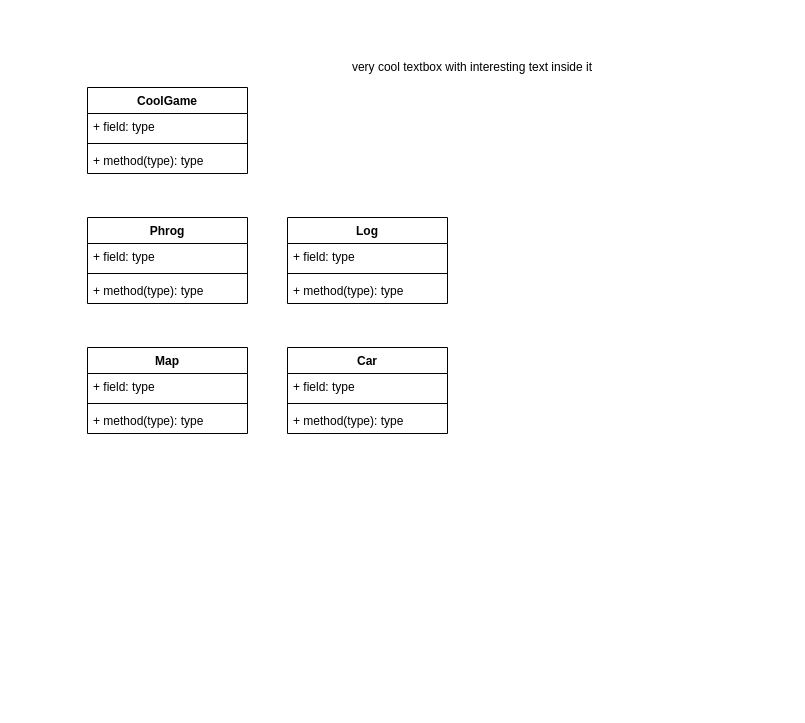
The draw.io diagram Untitled Diagram.drawio in akiaxin/ProgrammingPortfolio, before the edit. Source tidied: cells renumbered, new cells numbered last; positions are measured from the earlier drawing's top-left corner, leaving out a move shared by most shapes. Both pictures are drawn from the tidied source at 100%, with x=0, y=0 at pixel (87, 17).
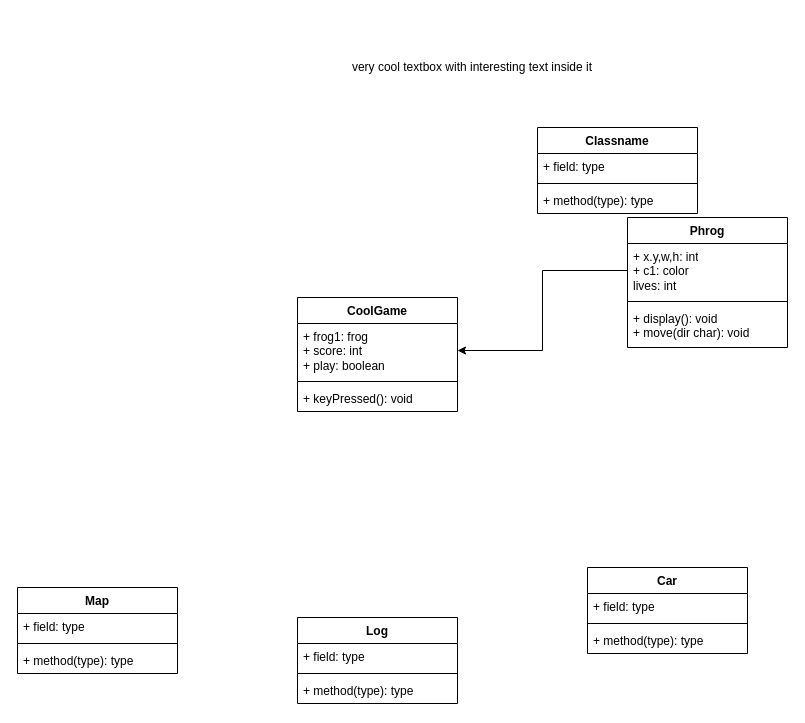
After the change.

What changed in the source:
```diff
@@
     <mxCell id="3" value="CoolGame" style="swimlane;fontStyle=1;align=center;verticalAlign=top;horizontal=1;startSize=26;whiteSpace=wrap;html=1;" parent="1" vertex="1">
-      <mxGeometry y="70" width="160" height="86" as="geometry" />
+      <mxGeometry x="210" y="280" width="160" height="114" as="geometry" />
     </mxCell>
-    <mxCell id="4" value="+ field: type" style="text;strokeColor=none;fillColor=none;align=left;verticalAlign=top;spacingLeft=4;spacingRight=4;overflow=hidden;points=[[0,0.5],[1,0.5]];portConstraint=eastwest;whiteSpace=wrap;html=1;" parent="3" vertex="1">
-      <mxGeometry y="26" width="160" height="26" as="geometry" />
+    <mxCell id="4" value="+ frog1: frog&lt;br&gt;+ score: int&lt;br&gt;+ play: boolean" style="text;strokeColor=none;fillColor=none;align=left;verticalAlign=top;spacingLeft=4;spacingRight=4;overflow=hidden;points=[[0,0.5],[1,0.5]];portConstraint=eastwest;whiteSpace=wrap;html=1;" parent="3" vertex="1">
+      <mxGeometry y="26" width="160" height="54" as="geometry" />
     </mxCell>
     <mxCell id="5" style="line;strokeWidth=1;fillColor=none;align=left;verticalAlign=middle;spacingTop=-1;spacingLeft=3;spacingRight=3;labelPosition=right;strokeColor=inherit;" parent="3" vertex="1">
-      <mxGeometry y="52" width="160" height="8" as="geometry" />
+      <mxGeometry y="80" width="160" height="8" as="geometry" />
     </mxCell>
-    <mxCell id="6" value="+ method(type): type" style="text;strokeColor=none;fillColor=none;align=left;verticalAlign=top;spacingLeft=4;spacingRight=4;overflow=hidden;whiteSpace=wrap;html=1;" parent="3" vertex="1">
-      <mxGeometry y="60" width="160" height="26" as="geometry" />
+    <mxCell id="6" value="+ keyPressed(): void" style="text;strokeColor=none;fillColor=none;align=left;verticalAlign=top;spacingLeft=4;spacingRight=4;overflow=hidden;whiteSpace=wrap;html=1;" parent="3" vertex="1">
+      <mxGeometry y="88" width="160" height="26" as="geometry" />
     </mxCell>
     <mxCell id="7" value="Phrog" style="swimlane;fontStyle=1;align=center;verticalAlign=top;horizontal=1;startSize=26;whiteSpace=wrap;html=1;" parent="1" vertex="1">
-      <mxGeometry y="200" width="160" height="86" as="geometry" />
+      <mxGeometry x="540" y="200" width="160" height="130" as="geometry" />
     </mxCell>
-    <mxCell id="8" value="+ field: type" style="text;strokeColor=none;fillColor=none;align=left;verticalAlign=top;spacingLeft=4;spacingRight=4;overflow=hidden;points=[[0,0.5],[1,0.5]];portConstraint=eastwest;whiteSpace=wrap;html=1;" parent="7" vertex="1">
-      <mxGeometry y="26" width="160" height="26" as="geometry" />
+    <mxCell id="8" value="+ x.y,w,h: int&lt;br&gt;+ c1: color&lt;br&gt;lives: int&lt;br&gt;&lt;br&gt;" style="text;strokeColor=none;fillColor=none;align=left;verticalAlign=top;spacingLeft=4;spacingRight=4;overflow=hidden;points=[[0,0.5],[1,0.5]];portConstraint=eastwest;whiteSpace=wrap;html=1;" parent="7" vertex="1">
+      <mxGeometry y="26" width="160" height="54" as="geometry" />
     </mxCell>
     <mxCell id="9" style="line;strokeWidth=1;fillColor=none;align=left;verticalAlign=middle;spacingTop=-1;spacingLeft=3;spacingRight=3;labelPosition=right;strokeColor=inherit;" parent="7" vertex="1">
-      <mxGeometry y="52" width="160" height="8" as="geometry" />
+      <mxGeometry y="80" width="160" height="8" as="geometry" />
     </mxCell>
-    <mxCell id="10" value="+ method(type): type" style="text;strokeColor=none;fillColor=none;align=left;verticalAlign=top;spacingLeft=4;spacingRight=4;overflow=hidden;whiteSpace=wrap;html=1;" parent="7" vertex="1">
-      <mxGeometry y="60" width="160" height="26" as="geometry" />
+    <mxCell id="10" value="+ display(): void&lt;br&gt;+ move(dir char): void" style="text;strokeColor=none;fillColor=none;align=left;verticalAlign=top;spacingLeft=4;spacingRight=4;overflow=hidden;whiteSpace=wrap;html=1;" parent="7" vertex="1">
+      <mxGeometry y="88" width="160" height="42" as="geometry" />
     </mxCell>
     <mxCell id="11" value="Map" style="swimlane;fontStyle=1;align=center;verticalAlign=top;horizontal=1;startSize=26;whiteSpace=wrap;html=1;" parent="1" vertex="1">
-      <mxGeometry y="330" width="160" height="86" as="geometry" />
+      <mxGeometry x="-70" y="570" width="160" height="86" as="geometry" />
     </mxCell>
@@
     <mxCell id="15" value="Car" style="swimlane;fontStyle=1;align=center;verticalAlign=top;horizontal=1;startSize=26;whiteSpace=wrap;html=1;" parent="1" vertex="1">
-      <mxGeometry x="200" y="330" width="160" height="86" as="geometry" />
+      <mxGeometry x="500" y="550" width="160" height="86" as="geometry" />
     </mxCell>
@@
     <mxCell id="19" value="Log" style="swimlane;fontStyle=1;align=center;verticalAlign=top;horizontal=1;startSize=26;whiteSpace=wrap;html=1;" parent="1" vertex="1">
-      <mxGeometry x="200" y="200" width="160" height="86" as="geometry" />
+      <mxGeometry x="210" y="600" width="160" height="86" as="geometry" />
     </mxCell>
@@
+    <mxCell id="23" value="Classname" style="swimlane;fontStyle=1;align=center;verticalAlign=top;horizontal=1;startSize=26;whiteSpace=wrap;html=1;" parent="1" vertex="1">
+      <mxGeometry x="450" y="110" width="160" height="86" as="geometry" />
+    </mxCell>
+    <mxCell id="24" value="+ field: type" style="text;strokeColor=none;fillColor=none;align=left;verticalAlign=top;spacingLeft=4;spacingRight=4;overflow=hidden;whiteSpace=wrap;html=1;" parent="23" vertex="1">
+      <mxGeometry y="26" width="160" height="26" as="geometry" />
+    </mxCell>
+    <mxCell id="25" style="line;strokeWidth=1;fillColor=none;align=left;verticalAlign=middle;spacingTop=-1;spacingLeft=3;spacingRight=3;labelPosition=right;strokeColor=inherit;" parent="23" vertex="1">
+      <mxGeometry y="52" width="160" height="8" as="geometry" />
+    </mxCell>
+    <mxCell id="26" value="+ method(type): type" style="text;strokeColor=none;fillColor=none;align=left;verticalAlign=top;spacingLeft=4;spacingRight=4;overflow=hidden;whiteSpace=wrap;html=1;" parent="23" vertex="1">
+      <mxGeometry y="60" width="160" height="26" as="geometry" />
+    </mxCell>
+    <mxCell id="27" style="edgeStyle=orthogonalEdgeStyle;rounded=0;jettySize=auto;html=1;entryX=1;entryY=0.5;entryDx=0;entryDy=0;" parent="1" edge="1" source="8" target="4">
+      <mxGeometry relative="1" as="geometry" />
+    </mxCell>
```
